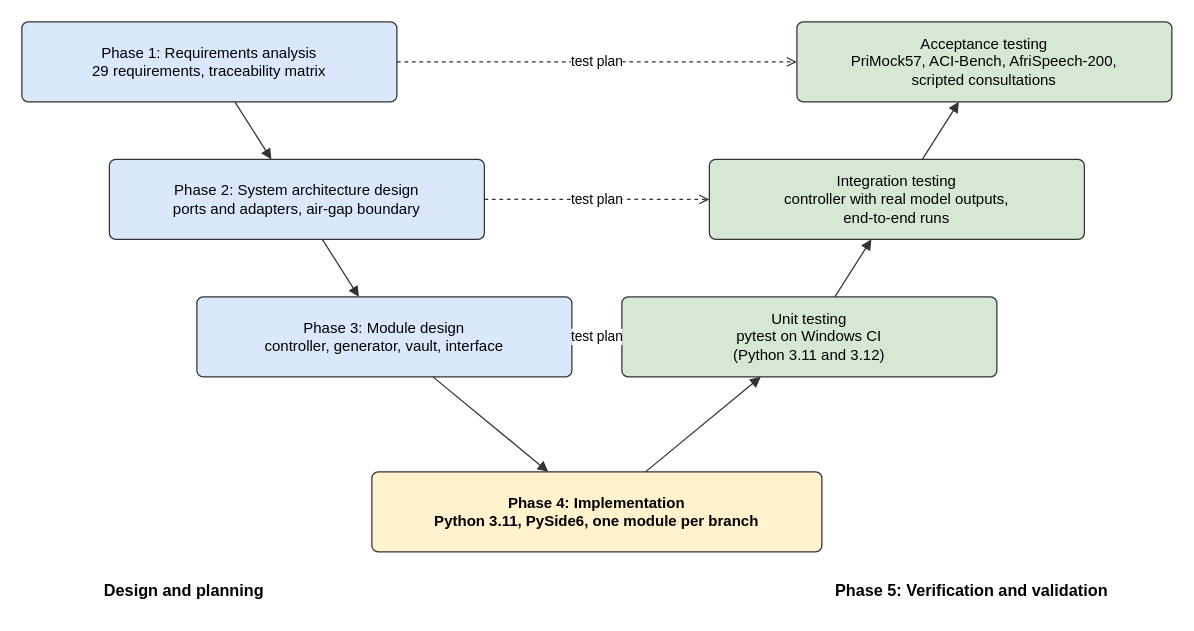
The draw.io diagram docs/design/fig-3-1-v-model.drawio in kinuthia-mark/Offline-Desktop-Based-Medical-Professional-Clinical-Consultation-Assistant-, before the edit. Source tidied: cells renumbered, new cells numbered last; positions are measured from the earlier drawing's top-left corner, leaving out a move shared by most shapes. Both pictures are drawn from the tidied source at 125%, with x=0, y=0 at pixel (21, 21).
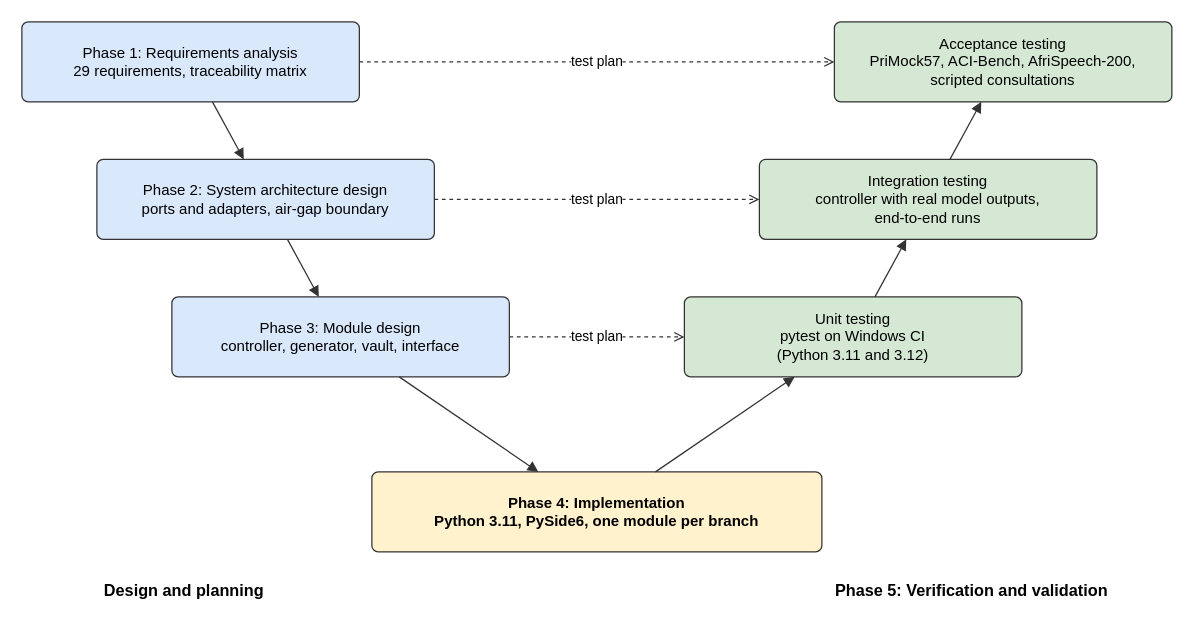
The same diagram, later.

Commit message (it also covers changes not shown here):
docs(design): clearer layout for figures 2.1, 3.1, 3.2 and 4.1

The edit, as a diff of the source:
```diff
@@
 <mxGraphModel background="#ffffff">
   <root>
     <mxCell id="0" />
     <mxCell id="1" parent="0" />
     <mxCell id="2" value="Phase 1: Requirements analysis&#10;29 requirements, traceability matrix" style="rounded=1;whiteSpace=wrap;html=1;fillColor=#dae8fc;strokeColor=#333333;fontFamily=Helvetica;fontSize=12;align=center;verticalAlign=middle;arcSize=8;" parent="1" vertex="1">
-      <mxGeometry width="300" height="64" as="geometry" />
+      <mxGeometry width="270" height="64" as="geometry" />
     </mxCell>
     <mxCell id="3" value="Phase 2: System architecture design&#10;ports and adapters, air-gap boundary" style="rounded=1;whiteSpace=wrap;html=1;fillColor=#dae8fc;strokeColor=#333333;fontFamily=Helvetica;fontSize=12;align=center;verticalAlign=middle;arcSize=8;" parent="1" vertex="1">
-      <mxGeometry x="70" y="110" width="300" height="64" as="geometry" />
+      <mxGeometry x="60" y="110" width="270" height="64" as="geometry" />
     </mxCell>
     <mxCell id="4" value="Phase 3: Module design&#10;controller, generator, vault, interface" style="rounded=1;whiteSpace=wrap;html=1;fillColor=#dae8fc;strokeColor=#333333;fontFamily=Helvetica;fontSize=12;align=center;verticalAlign=middle;arcSize=8;" parent="1" vertex="1">
-      <mxGeometry x="140" y="220" width="300" height="64" as="geometry" />
+      <mxGeometry x="120" y="220" width="270" height="64" as="geometry" />
     </mxCell>
     <mxCell id="5" value="Acceptance testing&#10;PriMock57, ACI-Bench, AfriSpeech-200,&#10;scripted consultations" style="rounded=1;whiteSpace=wrap;html=1;fillColor=#d5e8d4;strokeColor=#333333;fontFamily=Helvetica;fontSize=12;align=center;verticalAlign=middle;arcSize=8;" parent="1" vertex="1">
-      <mxGeometry x="620" width="300" height="64" as="geometry" />
+      <mxGeometry x="650" width="270" height="64" as="geometry" />
     </mxCell>
     <mxCell id="6" value="Integration testing&#10;controller with real model outputs,&#10;end-to-end runs" style="rounded=1;whiteSpace=wrap;html=1;fillColor=#d5e8d4;strokeColor=#333333;fontFamily=Helvetica;fontSize=12;align=center;verticalAlign=middle;arcSize=8;" parent="1" vertex="1">
-      <mxGeometry x="550" y="110" width="300" height="64" as="geometry" />
+      <mxGeometry x="590" y="110" width="270" height="64" as="geometry" />
     </mxCell>
     <mxCell id="7" value="Unit testing&#10;pytest on Windows CI&#10;(Python 3.11 and 3.12)" style="rounded=1;whiteSpace=wrap;html=1;fillColor=#d5e8d4;strokeColor=#333333;fontFamily=Helvetica;fontSize=12;align=center;verticalAlign=middle;arcSize=8;" parent="1" vertex="1">
-      <mxGeometry x="480" y="220" width="300" height="64" as="geometry" />
+      <mxGeometry x="530" y="220" width="270" height="64" as="geometry" />
     </mxCell>
     <mxCell id="8" value="Phase 4: Implementation&#10;Python 3.11, PySide6, one module per branch" style="rounded=1;whiteSpace=wrap;html=1;fillColor=#fff2cc;strokeColor=#333333;fontFamily=Helvetica;fontSize=12;align=center;verticalAlign=middle;fontStyle=1;arcSize=8;" parent="1" vertex="1">
       <mxGeometry x="280" y="360" width="360" height="64" as="geometry" />
     </mxCell>
     <mxCell id="9" style="html=1;strokeColor=#333333;fontFamily=Helvetica;fontSize=11;endArrow=block;endFill=1;startArrow=none;startFill=1;labelBackgroundColor=#ffffff;" parent="1" edge="1" source="2" target="3">
       <mxGeometry relative="1" as="geometry" />
     </mxCell>
     <mxCell id="10" style="html=1;strokeColor=#333333;fontFamily=Helvetica;fontSize=11;endArrow=block;endFill=1;startArrow=none;startFill=1;labelBackgroundColor=#ffffff;" parent="1" edge="1" source="3" target="4">
       <mxGeometry relative="1" as="geometry" />
     </mxCell>
     <mxCell id="11" style="html=1;strokeColor=#333333;fontFamily=Helvetica;fontSize=11;endArrow=block;endFill=1;startArrow=none;startFill=1;labelBackgroundColor=#ffffff;" parent="1" edge="1" source="4" target="8">
       <mxGeometry relative="1" as="geometry" />
     </mxCell>
     <mxCell id="12" style="html=1;strokeColor=#333333;fontFamily=Helvetica;fontSize=11;endArrow=block;endFill=1;startArrow=none;startFill=1;labelBackgroundColor=#ffffff;" parent="1" edge="1" source="8" target="7">
       <mxGeometry relative="1" as="geometry" />
     </mxCell>
     <mxCell id="13" style="html=1;strokeColor=#333333;fontFamily=Helvetica;fontSize=11;endArrow=block;endFill=1;startArrow=none;startFill=1;labelBackgroundColor=#ffffff;" parent="1" edge="1" source="7" target="6">
       <mxGeometry relative="1" as="geometry" />
     </mxCell>
     <mxCell id="14" style="html=1;strokeColor=#333333;fontFamily=Helvetica;fontSize=11;endArrow=block;endFill=1;startArrow=none;startFill=1;labelBackgroundColor=#ffffff;" parent="1" edge="1" source="6" target="5">
       <mxGeometry relative="1" as="geometry" />
     </mxCell>
     <mxCell id="15" value="test plan" style="html=1;strokeColor=#333333;fontFamily=Helvetica;fontSize=11;endArrow=open;endFill=0;startArrow=none;startFill=1;dashed=1;labelBackgroundColor=#ffffff;" parent="1" edge="1" source="2" target="5">
       <mxGeometry relative="1" as="geometry" />
     </mxCell>
     <mxCell id="16" value="test plan" style="html=1;strokeColor=#333333;fontFamily=Helvetica;fontSize=11;endArrow=open;endFill=0;startArrow=none;startFill=1;dashed=1;labelBackgroundColor=#ffffff;" parent="1" edge="1" source="3" target="6">
       <mxGeometry relative="1" as="geometry" />
     </mxCell>
     <mxCell id="17" value="test plan" style="html=1;strokeColor=#333333;fontFamily=Helvetica;fontSize=11;endArrow=open;endFill=0;startArrow=none;startFill=1;dashed=1;labelBackgroundColor=#ffffff;" parent="1" edge="1" source="4" target="7">
       <mxGeometry relative="1" as="geometry" />
     </mxCell>
-    <mxCell id="18" value="Phase 5: Verification and validation" style="text;html=1;whiteSpace=wrap;fontFamily=Helvetica;fontSize=13;align=center;verticalAlign=middle;fontColor=#000000;fontStyle=1;" parent="1" vertex="1">
-      <mxGeometry x="600" y="440" width="320" height="30" as="geometry" />
+    <mxCell id="18" value="Design and planning" style="text;html=1;whiteSpace=wrap;fontFamily=Helvetica;fontSize=13;align=center;verticalAlign=middle;fontColor=#000000;fontStyle=1;" parent="1" vertex="1">
+      <mxGeometry y="440" width="260" height="30" as="geometry" />
     </mxCell>
-    <mxCell id="19" value="Design and planning" style="text;html=1;whiteSpace=wrap;fontFamily=Helvetica;fontSize=13;align=center;verticalAlign=middle;fontColor=#000000;fontStyle=1;" parent="1" vertex="1">
-      <mxGeometry y="440" width="260" height="30" as="geometry" />
+    <mxCell id="19" value="Phase 5: Verification and validation" style="text;html=1;whiteSpace=wrap;fontFamily=Helvetica;fontSize=13;align=center;verticalAlign=middle;fontColor=#000000;fontStyle=1;" parent="1" vertex="1">
+      <mxGeometry x="600" y="440" width="320" height="30" as="geometry" />
     </mxCell>
   </root>
 </mxGraphModel>
```
